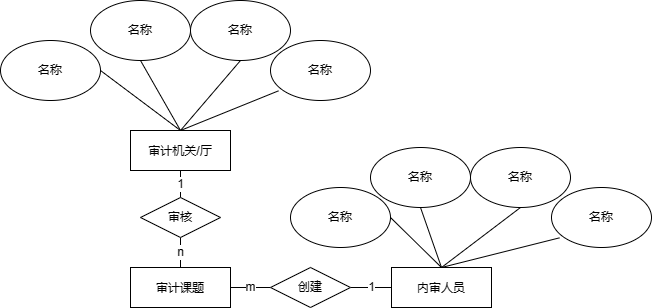
Earlier version of the draw.io export 未命名绘图.drawio.png (chenxuansoeasy/BERT-pytorch). Source tidied: cells renumbered, new cells last; positions are measured from the earlier drawing's top-left corner, leaving out a move shared by most shapes.
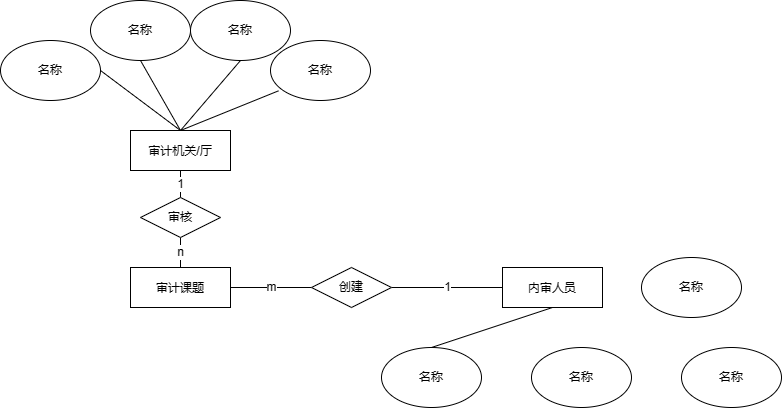
The same diagram one commit later.

Commit message:
更新未命名绘图.drawio.png

Change to the diagram source:
```diff
@@ -38,33 +38,12 @@
     <mxCell id="13" value="名称" style="ellipse;whiteSpace=wrap;html=1;align=center;" parent="1" vertex="1">
       <mxGeometry y="40" width="100" height="60" as="geometry" />
     </mxCell>
-    <mxCell id="14" style="rounded=0;jettySize=auto;html=1;exitX=0.5;exitY=0;exitDx=0;exitDy=0;entryX=0.08;entryY=0.839;entryDx=0;entryDy=0;entryPerimeter=0;endArrow=none;endFill=0;" parent="1" edge="1" source="15" target="20">
-      <mxGeometry relative="1" as="geometry" />
-    </mxCell>
+    <mxCell id="27" style="rounded=0;jettySize=auto;html=1;exitX=0.5;exitY=1;exitDx=0;exitDy=0;entryX=0.5;entryY=0;entryDx=0;entryDy=0;endArrow=none;endFill=0;" parent="1" edge="1" source="15" target="29">
+      <mxGeometry relative="1" as="geometry" />
+    </mxCell>
     <mxCell id="15" value="&lt;p class=&quot;MsoNormal&quot;&gt;&lt;font face=&quot;Segoe UI&quot;&gt;内审人员&lt;/font&gt;&lt;/p&gt;" style="whiteSpace=wrap;html=1;align=center;" parent="1" vertex="1">
-      <mxGeometry x="391" y="267" width="100" height="40" as="geometry" />
+      <mxGeometry x="502" y="267" width="100" height="40" as="geometry" />
     </mxCell>
-    <mxCell id="16" style="rounded=0;jettySize=auto;html=1;exitX=0.5;exitY=1;exitDx=0;exitDy=0;entryX=0.5;entryY=0;entryDx=0;entryDy=0;endArrow=none;endFill=0;" parent="1" edge="1" source="17" target="15">
-      <mxGeometry relative="1" as="geometry" />
-    </mxCell>
-    <mxCell id="17" value="名称" style="ellipse;whiteSpace=wrap;html=1;align=center;" parent="1" vertex="1">
-      <mxGeometry x="370" y="147" width="100" height="60" as="geometry" />
-    </mxCell>
-    <mxCell id="18" style="rounded=0;jettySize=auto;html=1;exitX=0.5;exitY=1;exitDx=0;exitDy=0;endArrow=none;endFill=0;entryX=0.5;entryY=0;entryDx=0;entryDy=0;" parent="1" edge="1" source="19" target="15">
-      <mxGeometry relative="1" as="geometry" />
-    </mxCell>
-    <mxCell id="19" value="名称" style="ellipse;whiteSpace=wrap;html=1;align=center;" parent="1" vertex="1">
-      <mxGeometry x="470" y="147" width="100" height="60" as="geometry" />
-    </mxCell>
-    <mxCell id="20" value="名称" style="ellipse;whiteSpace=wrap;html=1;align=center;" parent="1" vertex="1">
-      <mxGeometry x="551" y="187" width="100" height="60" as="geometry" />
-    </mxCell>
-    <mxCell id="21" style="rounded=0;jettySize=auto;html=1;exitX=1;exitY=0.5;exitDx=0;exitDy=0;entryX=0.5;entryY=0;entryDx=0;entryDy=0;endArrow=none;endFill=0;" parent="1" edge="1" source="22" target="15">
-      <mxGeometry relative="1" as="geometry" />
-    </mxCell>
-    <mxCell id="22" value="名称" style="ellipse;whiteSpace=wrap;html=1;align=center;" parent="1" vertex="1">
-      <mxGeometry x="290" y="187" width="100" height="60" as="geometry" />
-    </mxCell>
     <mxCell id="23" value="n" style="rounded=0;jettySize=auto;html=1;exitX=0.5;exitY=1;exitDx=0;exitDy=0;entryX=0.5;entryY=0;entryDx=0;entryDy=0;endArrow=none;endFill=0;" parent="1" edge="1" source="24" target="6">
       <mxGeometry relative="1" as="geometry" />
     </mxCell>
@@ -75,7 +54,19 @@
       <mxGeometry relative="1" as="geometry" />
     </mxCell>
     <mxCell id="26" value="创建" style="shape=rhombus;perimeter=rhombusPerimeter;whiteSpace=wrap;html=1;align=center;" parent="1" vertex="1">
-      <mxGeometry x="270" y="267" width="80" height="40" as="geometry" />
+      <mxGeometry x="311" y="267" width="80" height="40" as="geometry" />
     </mxCell>
+    <mxCell id="28" value="名称" style="ellipse;whiteSpace=wrap;html=1;align=center;" parent="1" vertex="1">
+      <mxGeometry x="531" y="347" width="100" height="60" as="geometry" />
+    </mxCell>
+    <mxCell id="29" value="名称" style="ellipse;whiteSpace=wrap;html=1;align=center;" parent="1" vertex="1">
+      <mxGeometry x="381" y="347" width="100" height="60" as="geometry" />
+    </mxCell>
+    <mxCell id="30" value="名称" style="ellipse;whiteSpace=wrap;html=1;align=center;" parent="1" vertex="1">
+      <mxGeometry x="681" y="347" width="100" height="60" as="geometry" />
+    </mxCell>
+    <mxCell id="31" value="名称" style="ellipse;whiteSpace=wrap;html=1;align=center;" parent="1" vertex="1">
+      <mxGeometry x="641" y="257" width="100" height="60" as="geometry" />
+    </mxCell>
   </root>
 </mxGraphModel>
```
